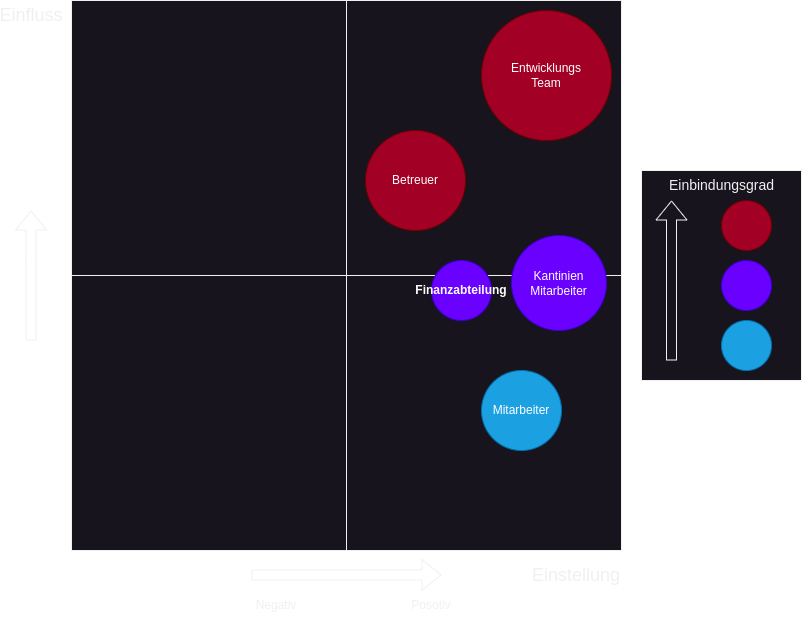
Golo300/Kantinerado keeps this draw.io diagram as docs/resources/StakeholderAnalyse.png. Above is the earlier version. Source tidied: cells renumbered, new cells last; positions are measured from the earlier drawing's top-left corner, leaving out a move shared by most shapes.
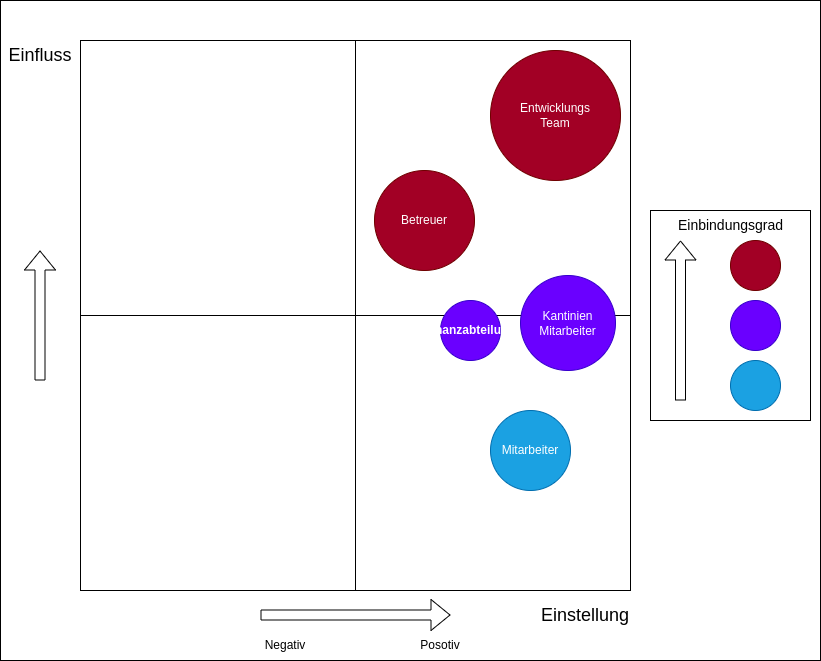
The same file after the commit.

What changed in the source:
```diff
@@ -2,6 +2,9 @@
   <root>
     <mxCell id="0" />
     <mxCell id="1" parent="0" />
+    <mxCell id="22" style="rounded=0;whiteSpace=wrap;html=1;" parent="1" vertex="1">
+      <mxGeometry x="-10" y="-40" width="820" height="660" as="geometry" />
+    </mxCell>
     <mxCell id="2" style="rounded=0;whiteSpace=wrap;html=1;" parent="1" vertex="1">
       <mxGeometry x="640" y="170" width="160" height="210" as="geometry" />
     </mxCell>
```
